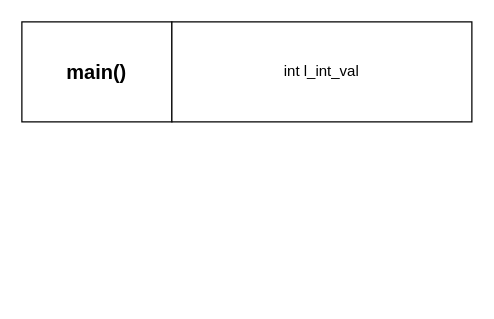
Before: Diagramme sans nom.drawio in AntoineMg/BatailleNavale-is-back, a draw.io diagram. Source tidied: cells renumbered, new cells numbered last; positions are measured from the earlier drawing's top-left corner, leaving out a move shared by most shapes. Both pictures are drawn from the tidied source at 125%, with x=0, y=0 at pixel (21, 21).
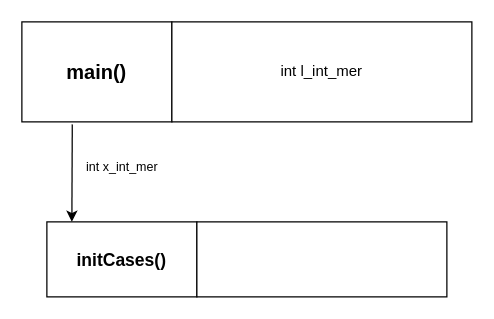
After the change.

What changed in the source:
```diff
@@
 <mxGraphModel>
   <root>
     <mxCell id="0" />
     <mxCell id="1" parent="0" />
     <mxCell id="2" value="&lt;font style=&quot;font-size: 16px;&quot;&gt;&lt;b&gt;main()&lt;/b&gt;&lt;/font&gt;" style="rounded=0;whiteSpace=wrap;html=1;align=center;" parent="1" vertex="1">
       <mxGeometry width="120" height="80" as="geometry" />
     </mxCell>
-    <mxCell id="3" value="int l_int_val" style="rounded=0;whiteSpace=wrap;html=1;align=center;" parent="1" vertex="1">
+    <mxCell id="3" value="int l_int_mer" style="rounded=0;whiteSpace=wrap;html=1;align=center;" parent="1" vertex="1">
       <mxGeometry x="120" width="240" height="80" as="geometry" />
     </mxCell>
+    <mxCell id="4" value="&lt;b&gt;&lt;font style=&quot;font-size: 14px;&quot;&gt;initCases()&lt;/font&gt;&lt;/b&gt;" style="rounded=0;whiteSpace=wrap;html=1;fontSize=16;" parent="1" vertex="1">
+      <mxGeometry x="20" y="160" width="120" height="60" as="geometry" />
+    </mxCell>
+    <mxCell id="5" style="rounded=0;whiteSpace=wrap;html=1;fontSize=16;" parent="1" vertex="1">
+      <mxGeometry x="140" y="160" width="200" height="60" as="geometry" />
+    </mxCell>
+    <mxCell id="6" style="endArrow=classic;html=1;rounded=0;fontSize=14;exitX=0.336;exitY=1.025;exitDx=0;exitDy=0;exitPerimeter=0;" parent="1" edge="1" source="2">
+      <mxGeometry relative="1" as="geometry">
+        <mxPoint x="40" y="160" as="targetPoint" />
+      </mxGeometry>
+    </mxCell>
+    <mxCell id="7" value="&lt;font style=&quot;font-size: 10px;&quot;&gt;int x_int_mer&lt;/font&gt;" style="text;html=1;align=center;verticalAlign=middle;strokeColor=none;fillColor=none;fontSize=14;" parent="1" vertex="1">
+      <mxGeometry x="40" y="100" width="80" height="30" as="geometry" />
+    </mxCell>
   </root>
 </mxGraphModel>
```
